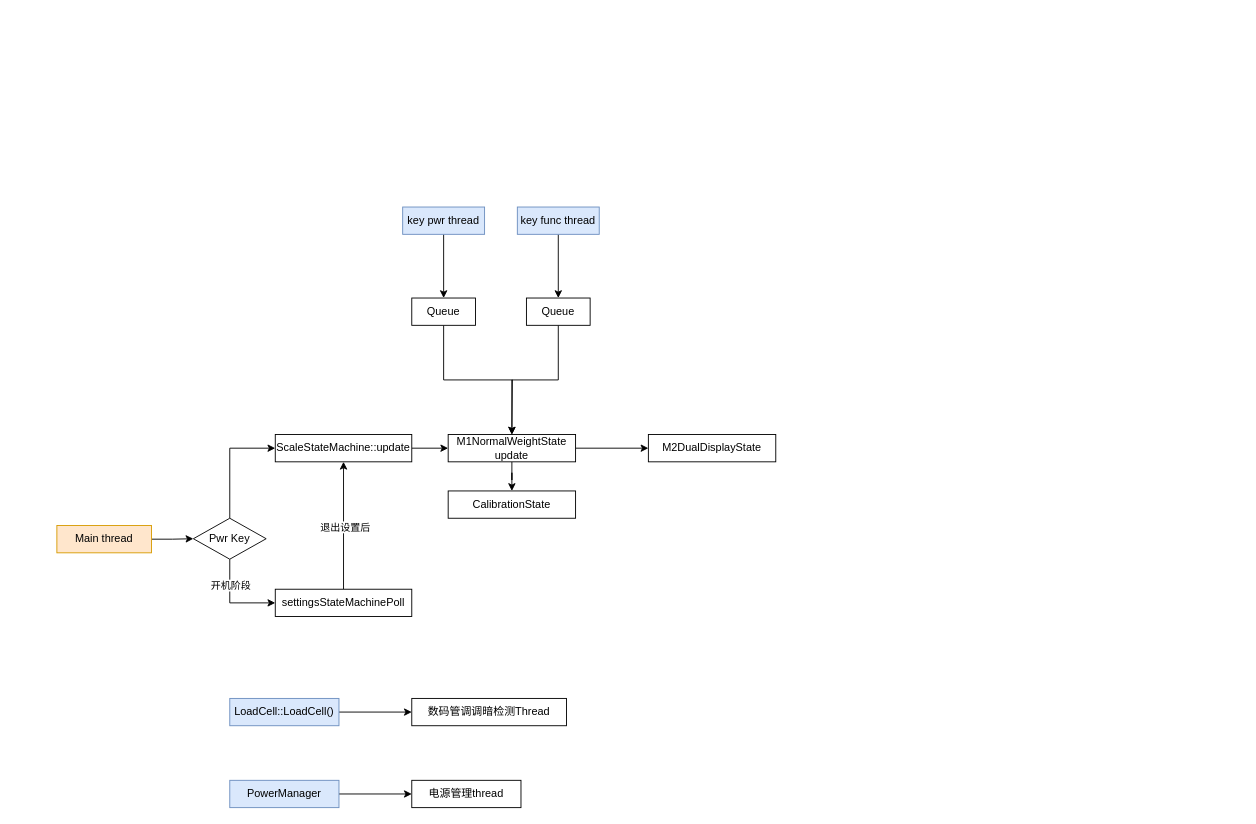
Earlier version of the draw.io diagram CoffeeWs/未命名绘图.drawio (mailonghua/drawio). Source tidied: cells renumbered, new cells numbered last; positions are measured from the earlier drawing's top-left corner, leaving out a move shared by most shapes. Both pictures are drawn from the tidied source at 91%, with x=0, y=0 at pixel (56, 207).
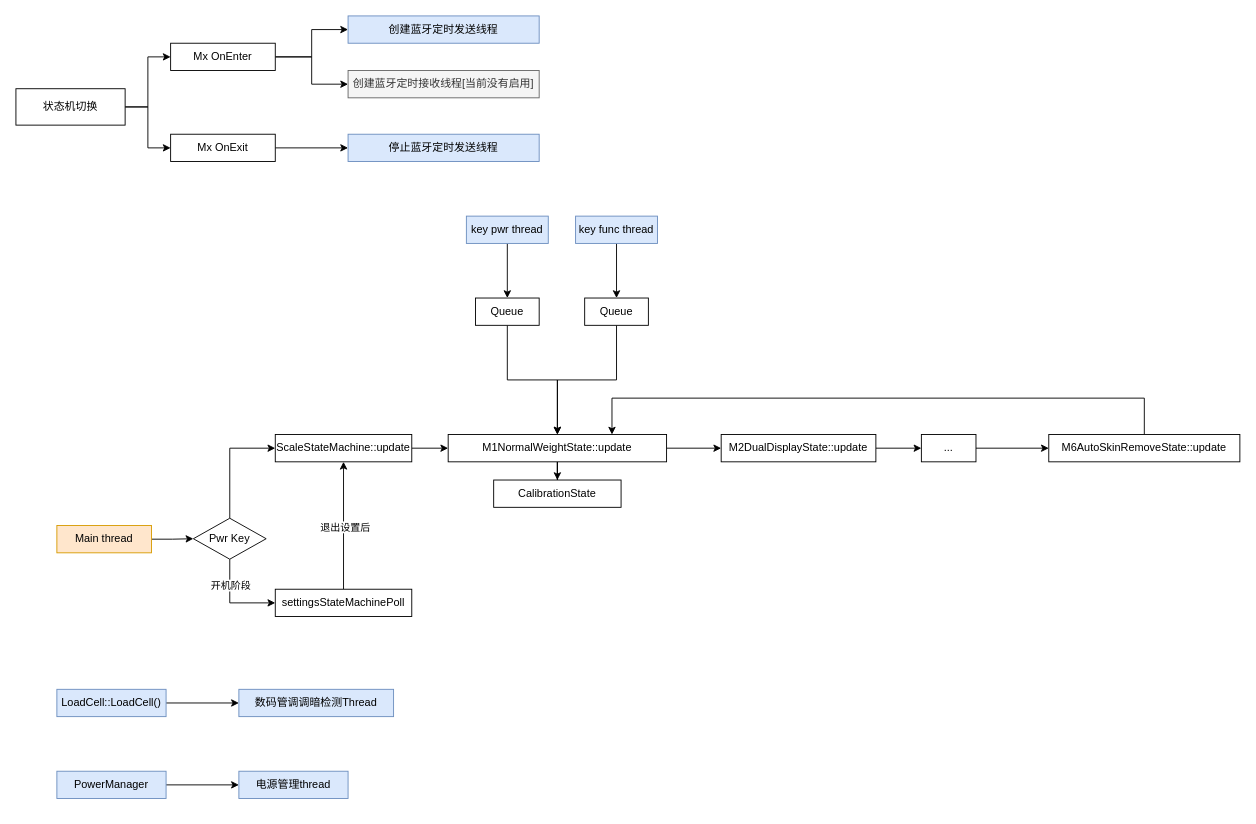
After the change.

Commit message:
更新未命名绘图.drawio

Diff of the diagram source:
```diff
@@
     <mxCell id="3" value="key pwr thread" style="rounded=0;whiteSpace=wrap;html=1;fillColor=#dae8fc;strokeColor=#6c8ebf;" parent="1" vertex="1">
-      <mxGeometry x="380" width="90" height="30" as="geometry" />
+      <mxGeometry x="450" y="10" width="90" height="30" as="geometry" />
     </mxCell>
@@
     <mxCell id="5" value="key func thread" style="rounded=0;whiteSpace=wrap;html=1;fillColor=#dae8fc;strokeColor=#6c8ebf;" parent="1" vertex="1">
-      <mxGeometry x="506" width="90" height="30" as="geometry" />
+      <mxGeometry x="570" y="10" width="90" height="30" as="geometry" />
     </mxCell>
-    <mxCell id="6" style="edgeStyle=orthogonalEdgeStyle;rounded=0;jettySize=auto;html=1;exitX=0.5;exitY=1;exitDx=0;exitDy=0;" parent="1" edge="1" source="7">
+    <mxCell id="6" style="edgeStyle=orthogonalEdgeStyle;rounded=0;jettySize=auto;html=1;exitX=0.5;exitY=1;exitDx=0;exitDy=0;entryX=0.5;entryY=0;entryDx=0;entryDy=0;" parent="1" edge="1" source="7" target="16">
       <mxGeometry relative="1" as="geometry">
-        <mxPoint x="500" y="250" as="targetPoint" />
+        <Array as="points">
+          <mxPoint x="495" y="190" />
+          <mxPoint x="550" y="190" />
+        </Array>
       </mxGeometry>
     </mxCell>
     <mxCell id="7" value="Queue" style="rounded=0;whiteSpace=wrap;html=1;" parent="1" vertex="1">
-      <mxGeometry x="390" y="100" width="70" height="30" as="geometry" />
+      <mxGeometry x="460" y="100" width="70" height="30" as="geometry" />
     </mxCell>
@@
     <mxCell id="9" value="Queue" style="rounded=0;whiteSpace=wrap;html=1;" parent="1" vertex="1">
-      <mxGeometry x="516" y="100" width="70" height="30" as="geometry" />
+      <mxGeometry x="580" y="100" width="70" height="30" as="geometry" />
     </mxCell>
@@
-    <mxCell id="16" value="M1NormalWeightState update" style="rounded=0;whiteSpace=wrap;html=1;" parent="1" vertex="1">
-      <mxGeometry x="430" y="250" width="140" height="30" as="geometry" />
+    <mxCell id="16" value="M1NormalWeightState::update" style="rounded=0;whiteSpace=wrap;html=1;" parent="1" vertex="1">
+      <mxGeometry x="430" y="250" width="240" height="30" as="geometry" />
     </mxCell>
+    <mxCell id="32" style="edgeStyle=orthogonalEdgeStyle;rounded=0;jettySize=auto;html=1;" parent="1" edge="1" source="17" target="34">
+      <mxGeometry relative="1" as="geometry" />
+    </mxCell>
-    <mxCell id="17" value="M2DualDisplayState" style="rounded=0;whiteSpace=wrap;html=1;" parent="1" vertex="1">
-      <mxGeometry x="650" y="250" width="140" height="30" as="geometry" />
+    <mxCell id="17" value="M2DualDisplayState::update" style="rounded=0;whiteSpace=wrap;html=1;" parent="1" vertex="1">
+      <mxGeometry x="730" y="250" width="170" height="30" as="geometry" />
     </mxCell>
     <mxCell id="18" value="CalibrationState" style="rounded=0;whiteSpace=wrap;html=1;" parent="1" vertex="1">
-      <mxGeometry x="430" y="312" width="140" height="30" as="geometry" />
+      <mxGeometry x="480" y="300" width="140" height="30" as="geometry" />
     </mxCell>
@@
     <mxCell id="27" value="LoadCell::LoadCell()" style="rounded=0;whiteSpace=wrap;html=1;fillColor=#dae8fc;strokeColor=#6c8ebf;" parent="1" vertex="1">
-      <mxGeometry x="190" y="540" width="120" height="30" as="geometry" />
+      <mxGeometry y="530" width="120" height="30" as="geometry" />
     </mxCell>
-    <mxCell id="28" value="数码管调调暗检测Thread" style="rounded=0;whiteSpace=wrap;html=1;" parent="1" vertex="1">
-      <mxGeometry x="390" y="540" width="170" height="30" as="geometry" />
+    <mxCell id="28" value="数码管调调暗检测Thread" style="rounded=0;whiteSpace=wrap;html=1;fillColor=#dae8fc;strokeColor=#6c8ebf;" parent="1" vertex="1">
+      <mxGeometry x="200" y="530" width="170" height="30" as="geometry" />
     </mxCell>
@@
     <mxCell id="30" value="PowerManager" style="rounded=0;whiteSpace=wrap;html=1;fillColor=#dae8fc;strokeColor=#6c8ebf;" parent="1" vertex="1">
-      <mxGeometry x="190" y="630" width="120" height="30" as="geometry" />
+      <mxGeometry y="620" width="120" height="30" as="geometry" />
     </mxCell>
-    <mxCell id="31" value="电源管理thread" style="rounded=0;whiteSpace=wrap;html=1;" parent="1" vertex="1">
-      <mxGeometry x="390" y="630" width="120" height="30" as="geometry" />
+    <mxCell id="31" value="电源管理thread" style="rounded=0;whiteSpace=wrap;html=1;fillColor=#dae8fc;strokeColor=#6c8ebf;" parent="1" vertex="1">
+      <mxGeometry x="200" y="620" width="120" height="30" as="geometry" />
     </mxCell>
+    <mxCell id="33" style="edgeStyle=orthogonalEdgeStyle;rounded=0;jettySize=auto;html=1;" parent="1" edge="1" source="34" target="36">
+      <mxGeometry relative="1" as="geometry" />
+    </mxCell>
+    <mxCell id="34" value="..." style="rounded=0;whiteSpace=wrap;html=1;" parent="1" vertex="1">
+      <mxGeometry x="950" y="250" width="60" height="30" as="geometry" />
+    </mxCell>
+    <mxCell id="35" style="edgeStyle=orthogonalEdgeStyle;rounded=0;jettySize=auto;html=1;exitX=0.5;exitY=0;exitDx=0;exitDy=0;entryX=0.75;entryY=0;entryDx=0;entryDy=0;" parent="1" edge="1" source="36" target="16">
+      <mxGeometry relative="1" as="geometry">
+        <Array as="points">
+          <mxPoint x="1195" y="210" />
+          <mxPoint x="610" y="210" />
+        </Array>
+      </mxGeometry>
+    </mxCell>
+    <mxCell id="36" value="M6AutoSkinRemoveState::update" style="rounded=0;whiteSpace=wrap;html=1;" parent="1" vertex="1">
+      <mxGeometry x="1090" y="250" width="210" height="30" as="geometry" />
+    </mxCell>
+    <mxCell id="37" style="edgeStyle=orthogonalEdgeStyle;rounded=0;jettySize=auto;html=1;" parent="1" edge="1" source="39" target="42">
+      <mxGeometry relative="1" as="geometry" />
+    </mxCell>
+    <mxCell id="38" style="edgeStyle=orthogonalEdgeStyle;rounded=0;jettySize=auto;html=1;exitX=1;exitY=0.5;exitDx=0;exitDy=0;entryX=0;entryY=0.5;entryDx=0;entryDy=0;" parent="1" edge="1" source="39" target="44">
+      <mxGeometry relative="1" as="geometry" />
+    </mxCell>
+    <mxCell id="39" value="Mx OnEnter" style="rounded=0;whiteSpace=wrap;html=1;" parent="1" vertex="1">
+      <mxGeometry x="125" y="-180" width="115" height="30" as="geometry" />
+    </mxCell>
+    <mxCell id="40" style="edgeStyle=orthogonalEdgeStyle;rounded=0;jettySize=auto;html=1;" parent="1" edge="1" source="41" target="43">
+      <mxGeometry relative="1" as="geometry" />
+    </mxCell>
+    <mxCell id="41" value="Mx OnExit" style="rounded=0;whiteSpace=wrap;html=1;" parent="1" vertex="1">
+      <mxGeometry x="125" y="-80" width="115" height="30" as="geometry" />
+    </mxCell>
+    <mxCell id="42" value="创建蓝牙定时接收线程[当前没有启用]" style="rounded=0;whiteSpace=wrap;html=1;fillColor=#f5f5f5;strokeColor=#666666;fontColor=#333333;" parent="1" vertex="1">
+      <mxGeometry x="320" y="-150" width="210" height="30" as="geometry" />
+    </mxCell>
+    <mxCell id="43" value="停止蓝牙定时发送线程" style="rounded=0;whiteSpace=wrap;html=1;fillColor=#dae8fc;strokeColor=#6c8ebf;" parent="1" vertex="1">
+      <mxGeometry x="320" y="-80" width="210" height="30" as="geometry" />
+    </mxCell>
+    <mxCell id="44" value="创建蓝牙定时发送线程" style="rounded=0;whiteSpace=wrap;html=1;fillColor=#dae8fc;strokeColor=#6c8ebf;" parent="1" vertex="1">
+      <mxGeometry x="320" y="-210" width="210" height="30" as="geometry" />
+    </mxCell>
+    <mxCell id="45" style="edgeStyle=orthogonalEdgeStyle;rounded=0;jettySize=auto;html=1;exitX=1;exitY=0.5;exitDx=0;exitDy=0;entryX=0;entryY=0.5;entryDx=0;entryDy=0;" parent="1" edge="1" source="47" target="39">
+      <mxGeometry relative="1" as="geometry" />
+    </mxCell>
+    <mxCell id="46" style="edgeStyle=orthogonalEdgeStyle;rounded=0;jettySize=auto;html=1;exitX=1;exitY=0.5;exitDx=0;exitDy=0;entryX=0;entryY=0.5;entryDx=0;entryDy=0;" parent="1" edge="1" source="47" target="41">
+      <mxGeometry relative="1" as="geometry" />
+    </mxCell>
+    <mxCell id="47" value="状态机切换" style="rounded=0;whiteSpace=wrap;html=1;" parent="1" vertex="1">
+      <mxGeometry x="-45" y="-130" width="120" height="40" as="geometry" />
+    </mxCell>
```
